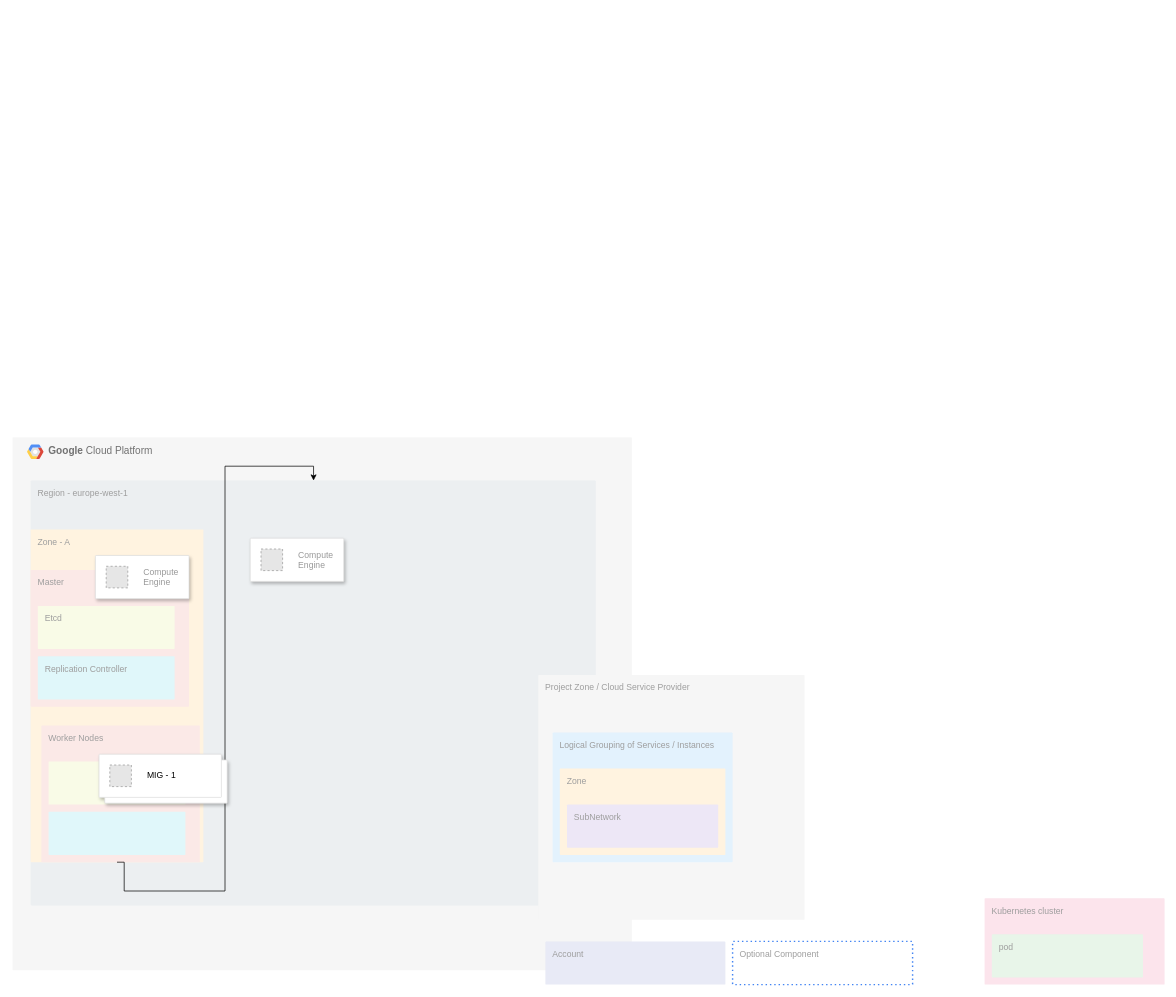
Before: Openshift.drawio in amitgoel2k/amitgoel2k, a draw.io diagram. Source tidied: cells renumbered, new cells numbered last; positions are measured from the earlier drawing's top-left corner, leaving out a move shared by most shapes. Both pictures are drawn from the tidied source at 72%, with x=0, y=0 at pixel (12, 437). Pictures stored in the file or linked from it are replaced by grey dashed boxes.
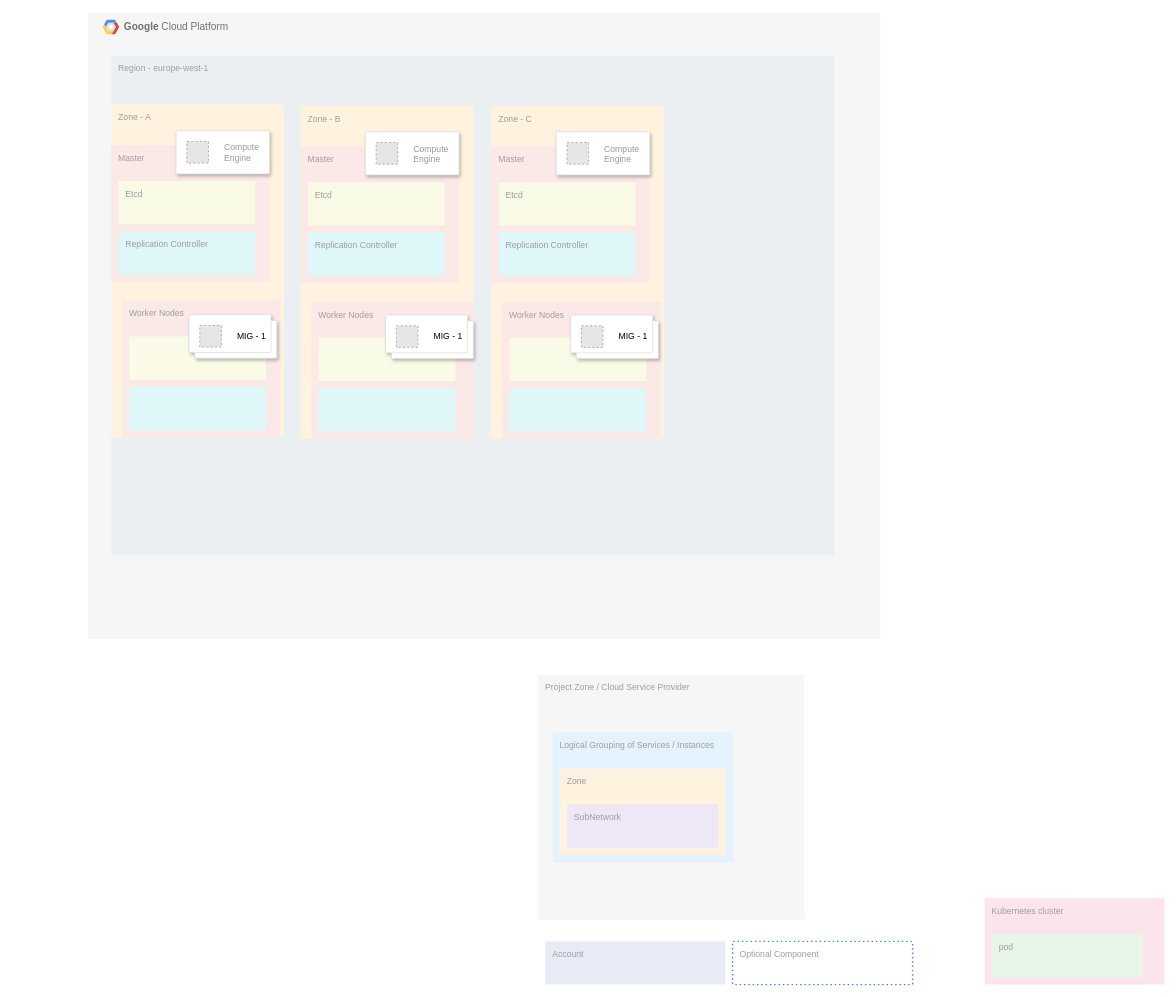
After the change.

Change to the diagram source:
```diff
@@
-    <mxCell id="2" value="&lt;b&gt;Google &lt;/b&gt;Cloud Platform" style="fillColor=#F6F6F6;strokeColor=none;shadow=0;gradientColor=none;fontSize=14;align=left;spacing=10;fontColor=#717171;9E9E9E;verticalAlign=top;spacingTop=-4;fontStyle=0;spacingLeft=40;html=1;" parent="1" vertex="1">
-      <mxGeometry width="860" height="740" as="geometry" />
-    </mxCell>
-    <mxCell id="3" style="shape=mxgraph.gcp2.google_cloud_platform;fillColor=#F6F6F6;strokeColor=none;shadow=0;gradientColor=none;" parent="2" vertex="1">
-      <mxGeometry width="23" height="20" relative="1" as="geometry">
-        <mxPoint x="20" y="10" as="offset" />
-      </mxGeometry>
-    </mxCell>
-    <mxCell id="4" value="Region - europe-west-1" style="sketch=0;points=[[0,0,0],[0.25,0,0],[0.5,0,0],[0.75,0,0],[1,0,0],[1,0.25,0],[1,0.5,0],[1,0.75,0],[1,1,0],[0.75,1,0],[0.5,1,0],[0.25,1,0],[0,1,0],[0,0.75,0],[0,0.5,0],[0,0.25,0]];rounded=1;absoluteArcSize=1;arcSize=2;html=1;strokeColor=none;gradientColor=none;shadow=0;dashed=0;fontSize=12;fontColor=#9E9E9E;align=left;verticalAlign=top;spacing=10;spacingTop=-4;fillColor=#ECEFF1;" parent="2" vertex="1">
-      <mxGeometry x="25" y="60" width="785" height="590" as="geometry" />
-    </mxCell>
-    <mxCell id="5" value="Zone - A" style="sketch=0;points=[[0,0,0],[0.25,0,0],[0.5,0,0],[0.75,0,0],[1,0,0],[1,0.25,0],[1,0.5,0],[1,0.75,0],[1,1,0],[0.75,1,0],[0.5,1,0],[0.25,1,0],[0,1,0],[0,0.75,0],[0,0.5,0],[0,0.25,0]];rounded=1;absoluteArcSize=1;arcSize=2;html=1;strokeColor=none;gradientColor=none;shadow=0;dashed=0;fontSize=12;fontColor=#9E9E9E;align=left;verticalAlign=top;spacing=10;spacingTop=-4;fillColor=#FFF3E0;" parent="4" vertex="1">
-      <mxGeometry width="240" height="462" relative="1" as="geometry">
-        <mxPoint y="68" as="offset" />
-      </mxGeometry>
-    </mxCell>
-    <mxCell id="6" value="Master" style="sketch=0;rounded=1;absoluteArcSize=1;arcSize=2;html=1;strokeColor=none;gradientColor=none;shadow=0;dashed=0;fontSize=12;fontColor=#9E9E9E;align=left;verticalAlign=top;spacing=10;spacingTop=-4;fillColor=#FBE9E7;" parent="5" vertex="1">
-      <mxGeometry width="220" height="190" relative="1" as="geometry">
-        <mxPoint y="56" as="offset" />
-      </mxGeometry>
-    </mxCell>
-    <mxCell id="7" value="Etcd" style="sketch=0;rounded=1;absoluteArcSize=1;arcSize=2;html=1;strokeColor=none;gradientColor=none;shadow=0;dashed=0;fontSize=12;fontColor=#9E9E9E;align=left;verticalAlign=top;spacing=10;spacingTop=-4;fillColor=#F9FBE7;" parent="6" vertex="1">
-      <mxGeometry width="190" height="60" relative="1" as="geometry">
-        <mxPoint x="10" y="50" as="offset" />
-      </mxGeometry>
-    </mxCell>
-    <mxCell id="8" value="Replication Controller" style="sketch=0;rounded=1;absoluteArcSize=1;arcSize=2;html=1;strokeColor=none;gradientColor=none;shadow=0;dashed=0;fontSize=12;fontColor=#9E9E9E;align=left;verticalAlign=top;spacing=10;spacingTop=-4;fillColor=#E0F7FA;" parent="6" vertex="1">
-      <mxGeometry width="190" height="60" relative="1" as="geometry">
-        <mxPoint x="10" y="120" as="offset" />
-      </mxGeometry>
-    </mxCell>
-    <mxCell id="9" style="strokeColor=#dddddd;shadow=1;strokeWidth=1;rounded=1;absoluteArcSize=1;arcSize=2;" parent="6" vertex="1">
-      <mxGeometry x="90" y="-20" width="130" height="60" as="geometry" />
-    </mxCell>
-    <mxCell id="10" value="Compute&#10;Engine" style="fillColor=#E6E6E6;strokeColor=#999999;dashed=1;fontColor=#999999;verticalLabelPosition=middle;labelBackgroundColor=#ffffff;verticalAlign=middle;labelPosition=right;align=left;spacingLeft=20;" parent="9" vertex="1">
-      <mxGeometry width="30" height="30" relative="1" as="geometry">
-        <mxPoint x="15" y="15" as="offset" />
-      </mxGeometry>
-    </mxCell>
-    <mxCell id="11" value="Worker Nodes" style="sketch=0;rounded=1;absoluteArcSize=1;arcSize=2;html=1;strokeColor=none;gradientColor=none;shadow=0;dashed=0;fontSize=12;fontColor=#9E9E9E;align=left;verticalAlign=top;spacing=10;spacingTop=-4;fillColor=#FBE9E7;" parent="5" vertex="1">
-      <mxGeometry x="15" y="272" width="220" height="190" as="geometry" />
-    </mxCell>
-    <mxCell id="12" style="sketch=0;rounded=1;absoluteArcSize=1;arcSize=2;html=1;strokeColor=none;gradientColor=none;shadow=0;dashed=0;fontSize=12;fontColor=#9E9E9E;align=left;verticalAlign=top;spacing=10;spacingTop=-4;fillColor=#F9FBE7;" parent="11" vertex="1">
-      <mxGeometry width="190" height="60" relative="1" as="geometry">
-        <mxPoint x="10" y="50" as="offset" />
-      </mxGeometry>
-    </mxCell>
-    <mxCell id="13" style="sketch=0;rounded=1;absoluteArcSize=1;arcSize=2;html=1;strokeColor=none;gradientColor=none;shadow=0;dashed=0;fontSize=12;fontColor=#9E9E9E;align=left;verticalAlign=top;spacing=10;spacingTop=-4;fillColor=#E0F7FA;" parent="11" vertex="1">
-      <mxGeometry width="190" height="60" relative="1" as="geometry">
-        <mxPoint x="10" y="120" as="offset" />
-      </mxGeometry>
-    </mxCell>
-    <mxCell id="14" style="edgeStyle=orthogonalEdgeStyle;rounded=0;jettySize=auto;html=1;exitX=0.5;exitY=1;exitDx=0;exitDy=0;exitPerimeter=0;" parent="4" edge="1" source="5" target="4">
-      <mxGeometry relative="1" as="geometry">
-        <Array as="points">
-          <mxPoint x="130" y="570" />
-          <mxPoint x="270" y="570" />
-          <mxPoint x="270" y="-20" />
-          <mxPoint x="393" y="-20" />
-        </Array>
-      </mxGeometry>
-    </mxCell>
-    <mxCell id="15" style="strokeColor=#dddddd;shadow=1;strokeWidth=1;rounded=1;absoluteArcSize=1;arcSize=2;" parent="4" vertex="1">
-      <mxGeometry x="305" y="80" width="130" height="60" as="geometry" />
-    </mxCell>
-    <mxCell id="16" value="Compute&#10;Engine" style="fillColor=#E6E6E6;strokeColor=#999999;dashed=1;fontColor=#999999;verticalLabelPosition=middle;labelBackgroundColor=#ffffff;verticalAlign=middle;labelPosition=right;align=left;spacingLeft=20;" parent="15" vertex="1">
-      <mxGeometry width="30" height="30" relative="1" as="geometry">
-        <mxPoint x="15" y="15" as="offset" />
-      </mxGeometry>
-    </mxCell>
-    <mxCell id="17" style="shape=mxgraph.gcp2.doubleRect;strokeColor=#dddddd;shadow=1;strokeWidth=1;rounded=1;absoluteArcSize=1;arcSize=2;" parent="4" vertex="1">
-      <mxGeometry x="95" y="380" width="178" height="68" as="geometry" />
-    </mxCell>
-    <mxCell id="18" value="&lt;font color=&quot;#000000&quot;&gt;MIG - 1&lt;/font&gt;" style="fillColor=#E6E6E6;strokeColor=#999999;dashed=1;html=1;fontColor=#999999;verticalLabelPosition=middle;labelBackgroundColor=#ffffff;verticalAlign=middle;labelPosition=right;align=left;spacingLeft=20;" parent="17" vertex="1">
-      <mxGeometry width="30" height="30" relative="1" as="geometry">
-        <mxPoint x="15" y="15" as="offset" />
-      </mxGeometry>
-    </mxCell>
@@
+    <mxCell id="2" value="&lt;b&gt;Google &lt;/b&gt;Cloud Platform" style="fillColor=#F6F6F6;strokeColor=none;shadow=0;gradientColor=none;fontSize=14;align=left;spacing=10;fontColor=#717171;9E9E9E;verticalAlign=top;spacingTop=-4;fontStyle=0;spacingLeft=40;html=1;" parent="1" vertex="1">
+      <mxGeometry x="105" y="-590" width="1100" height="870" as="geometry" />
+    </mxCell>
+    <mxCell id="27" style="shape=mxgraph.gcp2.google_cloud_platform;fillColor=#F6F6F6;strokeColor=none;shadow=0;gradientColor=none;" parent="2" vertex="1">
+      <mxGeometry width="23" height="20" relative="1" as="geometry">
+        <mxPoint x="20" y="10" as="offset" />
+      </mxGeometry>
+    </mxCell>
+    <mxCell id="4" value="Region - europe-west-1" style="sketch=0;points=[[0,0,0],[0.25,0,0],[0.5,0,0],[0.75,0,0],[1,0,0],[1,0.25,0],[1,0.5,0],[1,0.75,0],[1,1,0],[0.75,1,0],[0.5,1,0],[0.25,1,0],[0,1,0],[0,0.75,0],[0,0.5,0],[0,0.25,0]];rounded=1;absoluteArcSize=1;arcSize=2;html=1;strokeColor=none;gradientColor=none;shadow=0;dashed=0;fontSize=12;fontColor=#9E9E9E;align=left;verticalAlign=top;spacing=10;spacingTop=-4;fillColor=#ECEFF1;" parent="2" vertex="1">
+      <mxGeometry x="32" y="60" width="1004.1" height="693.6" as="geometry" />
+    </mxCell>
+    <mxCell id="5" value="Zone - A" style="sketch=0;points=[[0,0,0],[0.25,0,0],[0.5,0,0],[0.75,0,0],[1,0,0],[1,0.25,0],[1,0.5,0],[1,0.75,0],[1,1,0],[0.75,1,0],[0.5,1,0],[0.25,1,0],[0,1,0],[0,0.75,0],[0,0.5,0],[0,0.25,0]];rounded=1;absoluteArcSize=1;arcSize=2;html=1;strokeColor=none;gradientColor=none;shadow=0;dashed=0;fontSize=12;fontColor=#9E9E9E;align=left;verticalAlign=top;spacing=10;spacingTop=-4;fillColor=#FFF3E0;" parent="4" vertex="1">
+      <mxGeometry width="240" height="462" relative="1" as="geometry">
+        <mxPoint y="68" as="offset" />
+      </mxGeometry>
+    </mxCell>
+    <mxCell id="28" value="Master" style="sketch=0;rounded=1;absoluteArcSize=1;arcSize=2;html=1;strokeColor=none;gradientColor=none;shadow=0;dashed=0;fontSize=12;fontColor=#9E9E9E;align=left;verticalAlign=top;spacing=10;spacingTop=-4;fillColor=#FBE9E7;" parent="5" vertex="1">
+      <mxGeometry width="220" height="190" relative="1" as="geometry">
+        <mxPoint y="56" as="offset" />
+      </mxGeometry>
+    </mxCell>
+    <mxCell id="29" value="Etcd" style="sketch=0;rounded=1;absoluteArcSize=1;arcSize=2;html=1;strokeColor=none;gradientColor=none;shadow=0;dashed=0;fontSize=12;fontColor=#9E9E9E;align=left;verticalAlign=top;spacing=10;spacingTop=-4;fillColor=#F9FBE7;" parent="28" vertex="1">
+      <mxGeometry width="190" height="60" relative="1" as="geometry">
+        <mxPoint x="10" y="50" as="offset" />
+      </mxGeometry>
+    </mxCell>
+    <mxCell id="30" value="Replication Controller" style="sketch=0;rounded=1;absoluteArcSize=1;arcSize=2;html=1;strokeColor=none;gradientColor=none;shadow=0;dashed=0;fontSize=12;fontColor=#9E9E9E;align=left;verticalAlign=top;spacing=10;spacingTop=-4;fillColor=#E0F7FA;" parent="28" vertex="1">
+      <mxGeometry width="190" height="60" relative="1" as="geometry">
+        <mxPoint x="10" y="120" as="offset" />
+      </mxGeometry>
+    </mxCell>
+    <mxCell id="31" style="strokeColor=#dddddd;shadow=1;strokeWidth=1;rounded=1;absoluteArcSize=1;arcSize=2;" parent="28" vertex="1">
+      <mxGeometry x="90" y="-20" width="130" height="60" as="geometry" />
+    </mxCell>
+    <mxCell id="32" value="Compute&#10;Engine" style="fillColor=#E6E6E6;strokeColor=#999999;dashed=1;fontColor=#999999;verticalLabelPosition=middle;labelBackgroundColor=#ffffff;verticalAlign=middle;labelPosition=right;align=left;spacingLeft=20;" parent="31" vertex="1">
+      <mxGeometry width="30" height="30" relative="1" as="geometry">
+        <mxPoint x="15" y="15" as="offset" />
+      </mxGeometry>
+    </mxCell>
+    <mxCell id="33" value="Worker Nodes" style="sketch=0;rounded=1;absoluteArcSize=1;arcSize=2;html=1;strokeColor=none;gradientColor=none;shadow=0;dashed=0;fontSize=12;fontColor=#9E9E9E;align=left;verticalAlign=top;spacing=10;spacingTop=-4;fillColor=#FBE9E7;" parent="5" vertex="1">
+      <mxGeometry x="15" y="272" width="220" height="190" as="geometry" />
+    </mxCell>
+    <mxCell id="34" style="sketch=0;rounded=1;absoluteArcSize=1;arcSize=2;html=1;strokeColor=none;gradientColor=none;shadow=0;dashed=0;fontSize=12;fontColor=#9E9E9E;align=left;verticalAlign=top;spacing=10;spacingTop=-4;fillColor=#F9FBE7;" parent="33" vertex="1">
+      <mxGeometry width="190" height="60" relative="1" as="geometry">
+        <mxPoint x="10" y="50" as="offset" />
+      </mxGeometry>
+    </mxCell>
+    <mxCell id="35" style="sketch=0;rounded=1;absoluteArcSize=1;arcSize=2;html=1;strokeColor=none;gradientColor=none;shadow=0;dashed=0;fontSize=12;fontColor=#9E9E9E;align=left;verticalAlign=top;spacing=10;spacingTop=-4;fillColor=#E0F7FA;" parent="33" vertex="1">
+      <mxGeometry width="190" height="60" relative="1" as="geometry">
+        <mxPoint x="10" y="120" as="offset" />
+      </mxGeometry>
+    </mxCell>
+    <mxCell id="36" style="shape=mxgraph.gcp2.doubleRect;strokeColor=#dddddd;shadow=1;strokeWidth=1;rounded=1;absoluteArcSize=1;arcSize=2;" parent="4" vertex="1">
+      <mxGeometry x="108" y="359.5" width="122" height="60.5" as="geometry" />
+    </mxCell>
+    <mxCell id="37" value="&lt;font color=&quot;#000000&quot;&gt;MIG - 1&lt;/font&gt;" style="fillColor=#E6E6E6;strokeColor=#999999;dashed=1;html=1;fontColor=#999999;verticalLabelPosition=middle;labelBackgroundColor=#ffffff;verticalAlign=middle;labelPosition=right;align=left;spacingLeft=20;" parent="36" vertex="1">
+      <mxGeometry width="30" height="30" relative="1" as="geometry">
+        <mxPoint x="15" y="15" as="offset" />
+      </mxGeometry>
+    </mxCell>
+    <mxCell id="38" value="Zone - B" style="sketch=0;rounded=1;absoluteArcSize=1;arcSize=2;html=1;strokeColor=none;gradientColor=none;shadow=0;dashed=0;fontSize=12;fontColor=#9E9E9E;align=left;verticalAlign=top;spacing=10;spacingTop=-4;fillColor=#FFF3E0;" parent="4" vertex="1">
+      <mxGeometry x="263" y="69.5" width="240" height="462" as="geometry" />
+    </mxCell>
+    <mxCell id="39" value="Master" style="sketch=0;rounded=1;absoluteArcSize=1;arcSize=2;html=1;strokeColor=none;gradientColor=none;shadow=0;dashed=0;fontSize=12;fontColor=#9E9E9E;align=left;verticalAlign=top;spacing=10;spacingTop=-4;fillColor=#FBE9E7;" parent="38" vertex="1">
+      <mxGeometry width="220" height="190" relative="1" as="geometry">
+        <mxPoint y="56" as="offset" />
+      </mxGeometry>
+    </mxCell>
+    <mxCell id="40" value="Etcd" style="sketch=0;rounded=1;absoluteArcSize=1;arcSize=2;html=1;strokeColor=none;gradientColor=none;shadow=0;dashed=0;fontSize=12;fontColor=#9E9E9E;align=left;verticalAlign=top;spacing=10;spacingTop=-4;fillColor=#F9FBE7;" parent="39" vertex="1">
+      <mxGeometry width="190" height="60" relative="1" as="geometry">
+        <mxPoint x="10" y="50" as="offset" />
+      </mxGeometry>
+    </mxCell>
+    <mxCell id="41" value="Replication Controller" style="sketch=0;rounded=1;absoluteArcSize=1;arcSize=2;html=1;strokeColor=none;gradientColor=none;shadow=0;dashed=0;fontSize=12;fontColor=#9E9E9E;align=left;verticalAlign=top;spacing=10;spacingTop=-4;fillColor=#E0F7FA;" parent="39" vertex="1">
+      <mxGeometry width="190" height="60" relative="1" as="geometry">
+        <mxPoint x="10" y="120" as="offset" />
+      </mxGeometry>
+    </mxCell>
+    <mxCell id="42" style="strokeColor=#dddddd;shadow=1;strokeWidth=1;rounded=1;absoluteArcSize=1;arcSize=2;" parent="39" vertex="1">
+      <mxGeometry x="90" y="-20" width="130" height="60" as="geometry" />
+    </mxCell>
+    <mxCell id="43" value="Compute&#10;Engine" style="fillColor=#E6E6E6;strokeColor=#999999;dashed=1;fontColor=#999999;verticalLabelPosition=middle;labelBackgroundColor=#ffffff;verticalAlign=middle;labelPosition=right;align=left;spacingLeft=20;" parent="42" vertex="1">
+      <mxGeometry width="30" height="30" relative="1" as="geometry">
+        <mxPoint x="15" y="15" as="offset" />
+      </mxGeometry>
+    </mxCell>
+    <mxCell id="44" value="Worker Nodes" style="sketch=0;rounded=1;absoluteArcSize=1;arcSize=2;html=1;strokeColor=none;gradientColor=none;shadow=0;dashed=0;fontSize=12;fontColor=#9E9E9E;align=left;verticalAlign=top;spacing=10;spacingTop=-4;fillColor=#FBE9E7;" parent="38" vertex="1">
+      <mxGeometry x="15" y="272" width="225" height="190" as="geometry" />
+    </mxCell>
+    <mxCell id="45" style="sketch=0;rounded=1;absoluteArcSize=1;arcSize=2;html=1;strokeColor=none;gradientColor=none;shadow=0;dashed=0;fontSize=12;fontColor=#9E9E9E;align=left;verticalAlign=top;spacing=10;spacingTop=-4;fillColor=#F9FBE7;" parent="44" vertex="1">
+      <mxGeometry width="190" height="60" relative="1" as="geometry">
+        <mxPoint x="10" y="50" as="offset" />
+      </mxGeometry>
+    </mxCell>
+    <mxCell id="46" style="sketch=0;rounded=1;absoluteArcSize=1;arcSize=2;html=1;strokeColor=none;gradientColor=none;shadow=0;dashed=0;fontSize=12;fontColor=#9E9E9E;align=left;verticalAlign=top;spacing=10;spacingTop=-4;fillColor=#E0F7FA;" parent="44" vertex="1">
+      <mxGeometry width="190" height="60" relative="1" as="geometry">
+        <mxPoint x="10" y="120" as="offset" />
+      </mxGeometry>
+    </mxCell>
+    <mxCell id="47" style="shape=mxgraph.gcp2.doubleRect;strokeColor=#dddddd;shadow=1;strokeWidth=1;rounded=1;absoluteArcSize=1;arcSize=2;" parent="44" vertex="1">
+      <mxGeometry x="103" y="18.5" width="122" height="60.5" as="geometry" />
+    </mxCell>
+    <mxCell id="48" value="&lt;font color=&quot;#000000&quot;&gt;MIG - 1&lt;/font&gt;" style="fillColor=#E6E6E6;strokeColor=#999999;dashed=1;html=1;fontColor=#999999;verticalLabelPosition=middle;labelBackgroundColor=#ffffff;verticalAlign=middle;labelPosition=right;align=left;spacingLeft=20;" parent="47" vertex="1">
+      <mxGeometry width="30" height="30" relative="1" as="geometry">
+        <mxPoint x="15" y="15" as="offset" />
+      </mxGeometry>
+    </mxCell>
+    <mxCell id="49" value="Zone - C" style="sketch=0;rounded=1;absoluteArcSize=1;arcSize=2;html=1;strokeColor=none;gradientColor=none;shadow=0;dashed=0;fontSize=12;fontColor=#9E9E9E;align=left;verticalAlign=top;spacing=10;spacingTop=-4;fillColor=#FFF3E0;" parent="4" vertex="1">
+      <mxGeometry x="528" y="69.5" width="240" height="462" as="geometry" />
+    </mxCell>
+    <mxCell id="50" value="Master" style="sketch=0;rounded=1;absoluteArcSize=1;arcSize=2;html=1;strokeColor=none;gradientColor=none;shadow=0;dashed=0;fontSize=12;fontColor=#9E9E9E;align=left;verticalAlign=top;spacing=10;spacingTop=-4;fillColor=#FBE9E7;" parent="49" vertex="1">
+      <mxGeometry width="220" height="190" relative="1" as="geometry">
+        <mxPoint y="56" as="offset" />
+      </mxGeometry>
+    </mxCell>
+    <mxCell id="51" value="Etcd" style="sketch=0;rounded=1;absoluteArcSize=1;arcSize=2;html=1;strokeColor=none;gradientColor=none;shadow=0;dashed=0;fontSize=12;fontColor=#9E9E9E;align=left;verticalAlign=top;spacing=10;spacingTop=-4;fillColor=#F9FBE7;" parent="50" vertex="1">
+      <mxGeometry width="190" height="60" relative="1" as="geometry">
+        <mxPoint x="10" y="50" as="offset" />
+      </mxGeometry>
+    </mxCell>
+    <mxCell id="52" value="Replication Controller" style="sketch=0;rounded=1;absoluteArcSize=1;arcSize=2;html=1;strokeColor=none;gradientColor=none;shadow=0;dashed=0;fontSize=12;fontColor=#9E9E9E;align=left;verticalAlign=top;spacing=10;spacingTop=-4;fillColor=#E0F7FA;" parent="50" vertex="1">
+      <mxGeometry width="190" height="60" relative="1" as="geometry">
+        <mxPoint x="10" y="120" as="offset" />
+      </mxGeometry>
+    </mxCell>
+    <mxCell id="53" style="strokeColor=#dddddd;shadow=1;strokeWidth=1;rounded=1;absoluteArcSize=1;arcSize=2;" parent="50" vertex="1">
+      <mxGeometry x="90" y="-20" width="130" height="60" as="geometry" />
+    </mxCell>
+    <mxCell id="54" value="Compute&#10;Engine" style="fillColor=#E6E6E6;strokeColor=#999999;dashed=1;fontColor=#999999;verticalLabelPosition=middle;labelBackgroundColor=#ffffff;verticalAlign=middle;labelPosition=right;align=left;spacingLeft=20;" parent="53" vertex="1">
+      <mxGeometry width="30" height="30" relative="1" as="geometry">
+        <mxPoint x="15" y="15" as="offset" />
+      </mxGeometry>
+    </mxCell>
+    <mxCell id="55" value="Worker Nodes" style="sketch=0;rounded=1;absoluteArcSize=1;arcSize=2;html=1;strokeColor=none;gradientColor=none;shadow=0;dashed=0;fontSize=12;fontColor=#9E9E9E;align=left;verticalAlign=top;spacing=10;spacingTop=-4;fillColor=#FBE9E7;" parent="49" vertex="1">
+      <mxGeometry x="15" y="272" width="220" height="190" as="geometry" />
+    </mxCell>
+    <mxCell id="56" style="sketch=0;rounded=1;absoluteArcSize=1;arcSize=2;html=1;strokeColor=none;gradientColor=none;shadow=0;dashed=0;fontSize=12;fontColor=#9E9E9E;align=left;verticalAlign=top;spacing=10;spacingTop=-4;fillColor=#F9FBE7;" parent="55" vertex="1">
+      <mxGeometry width="190" height="60" relative="1" as="geometry">
+        <mxPoint x="10" y="50" as="offset" />
+      </mxGeometry>
+    </mxCell>
+    <mxCell id="57" style="sketch=0;rounded=1;absoluteArcSize=1;arcSize=2;html=1;strokeColor=none;gradientColor=none;shadow=0;dashed=0;fontSize=12;fontColor=#9E9E9E;align=left;verticalAlign=top;spacing=10;spacingTop=-4;fillColor=#E0F7FA;" parent="55" vertex="1">
+      <mxGeometry width="190" height="60" relative="1" as="geometry">
+        <mxPoint x="10" y="120" as="offset" />
+      </mxGeometry>
+    </mxCell>
+    <mxCell id="58" style="shape=mxgraph.gcp2.doubleRect;strokeColor=#dddddd;shadow=1;strokeWidth=1;rounded=1;absoluteArcSize=1;arcSize=2;" parent="55" vertex="1">
+      <mxGeometry x="95" y="18.5" width="122" height="60.5" as="geometry" />
+    </mxCell>
+    <mxCell id="59" value="&lt;font color=&quot;#000000&quot;&gt;MIG - 1&lt;/font&gt;" style="fillColor=#E6E6E6;strokeColor=#999999;dashed=1;html=1;fontColor=#999999;verticalLabelPosition=middle;labelBackgroundColor=#ffffff;verticalAlign=middle;labelPosition=right;align=left;spacingLeft=20;" parent="58" vertex="1">
+      <mxGeometry width="30" height="30" relative="1" as="geometry">
+        <mxPoint x="15" y="15" as="offset" />
+      </mxGeometry>
+    </mxCell>
```
